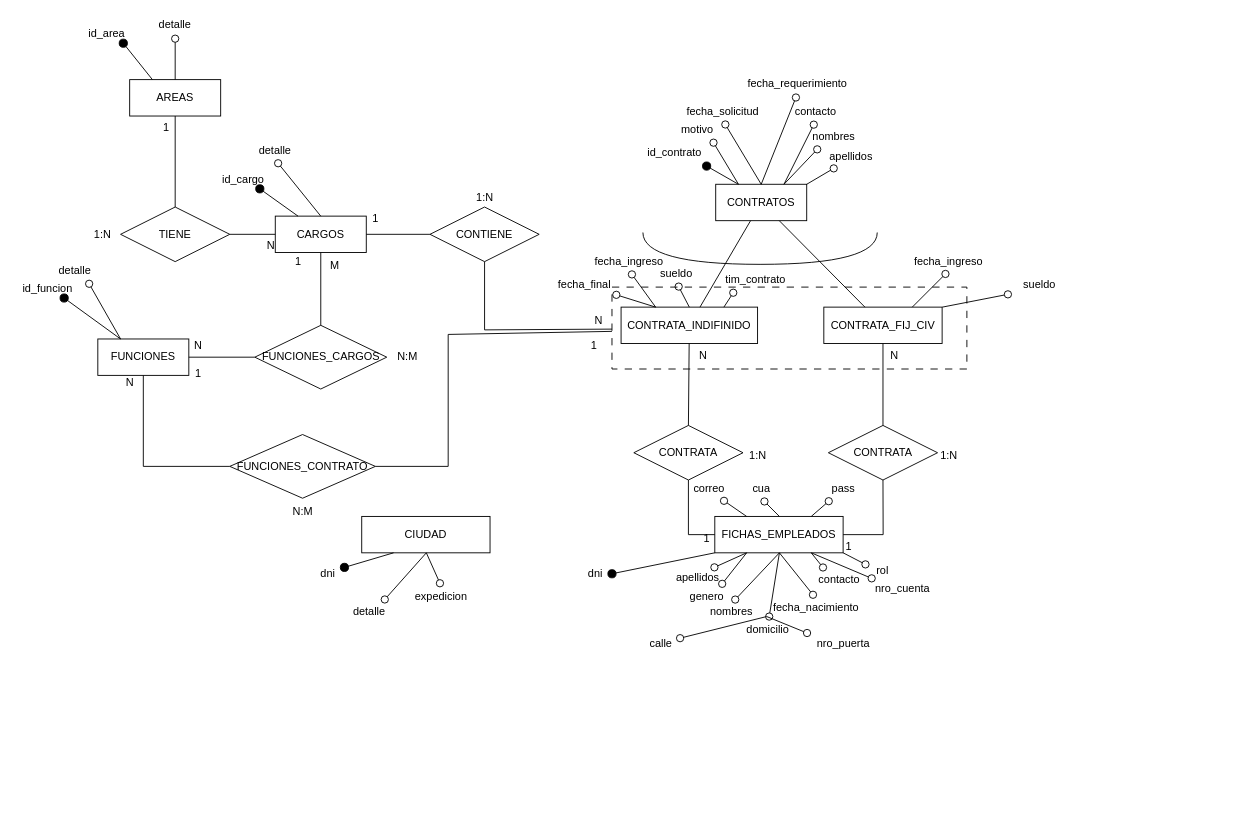
Above: Diagrama SRH.drawio in tomyivan/diagramas-DB (draw.io), before the change. Source tidied: cells renumbered, new cells numbered last; positions are measured from the earlier drawing's top-left corner, leaving out a move shared by most shapes. Both pictures are drawn from the tidied source at 91%, with x=0, y=0 at pixel (15, 15).
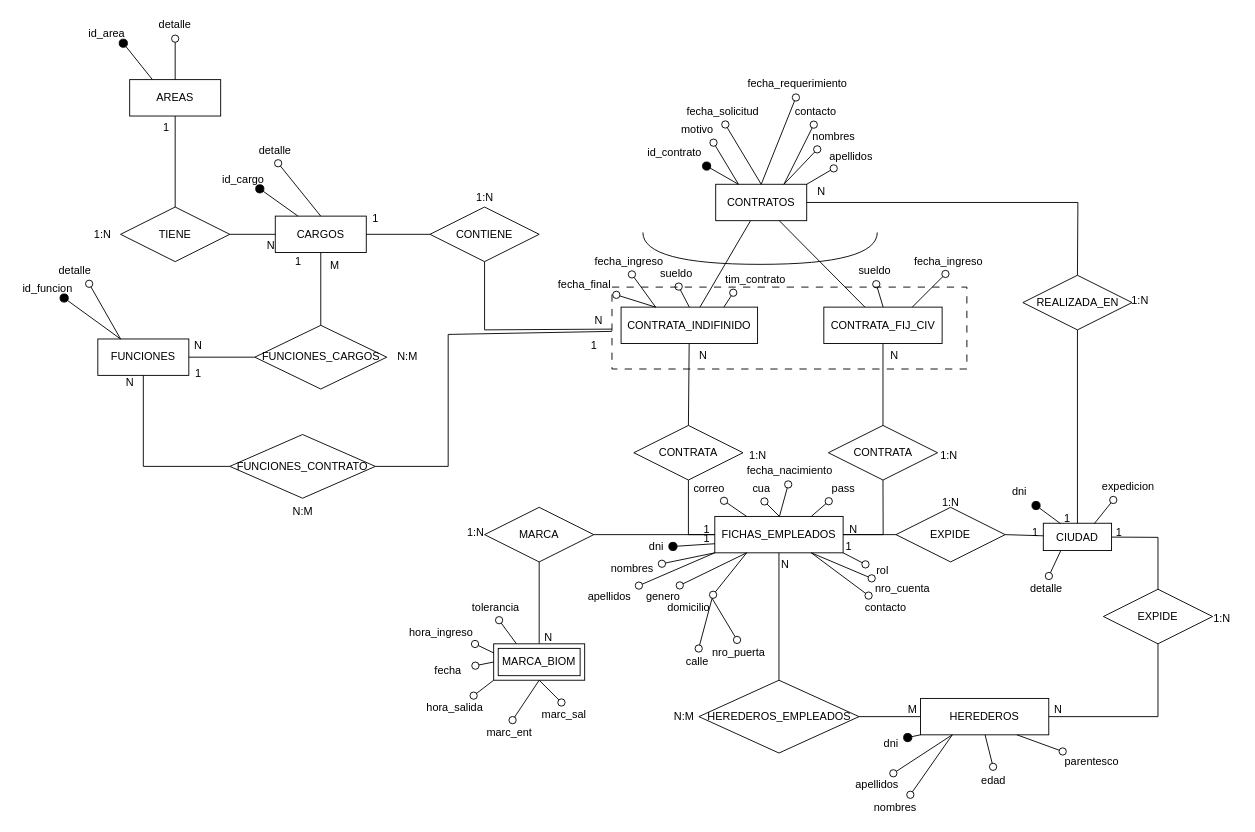
After the change.

Unchanged cells that the change refers to:
```xml
<mxCell id="2" value="CONTRATOS" style="whiteSpace=wrap;html=1;align=center;" parent="1" vertex="1">
  <mxGeometry x="769" y="185" width="100" height="40" as="geometry" />
</mxCell>
<mxCell id="76" value="FICHAS_EMPLEADOS" style="whiteSpace=wrap;html=1;align=center;" parent="1" vertex="1">
  <mxGeometry x="768" y="550" width="141" height="40" as="geometry" />
</mxCell>
```

What changed in the source:
```diff
@@
     <mxCell id="61" value="sueldo" style="whiteSpace=wrap;html=1;align=center;strokeColor=none;fillColor=none;" parent="1" vertex="1">
-      <mxGeometry x="1065" y="285" width="120" height="20" as="geometry" />
+      <mxGeometry x="883.8" y="270" width="120" height="20" as="geometry" />
     </mxCell>
@@
     <mxCell id="90" value="apellidos" style="whiteSpace=wrap;html=1;align=center;strokeColor=none;fillColor=none;" parent="1" vertex="1">
-      <mxGeometry x="721.5" y="608" width="55" height="20" as="geometry" />
+      <mxGeometry x="625" y="628" width="55" height="20" as="geometry" />
     </mxCell>
@@
     <mxCell id="92" value="nombres" style="whiteSpace=wrap;html=1;align=center;strokeColor=none;fillColor=none;" parent="1" vertex="1">
-      <mxGeometry x="759" y="645" width="55" height="20" as="geometry" />
+      <mxGeometry x="650" y="598" width="55" height="20" as="geometry" />
     </mxCell>
@@
     <mxCell id="94" value="dni" style="whiteSpace=wrap;html=1;align=center;strokeColor=none;fillColor=none;" parent="1" vertex="1">
-      <mxGeometry x="619" y="598" width="36" height="30" as="geometry" />
+      <mxGeometry x="685.5" y="568" width="36" height="30" as="geometry" />
     </mxCell>
     <mxCell id="95" value="fecha_nacimiento" style="whiteSpace=wrap;html=1;align=center;strokeColor=none;fillColor=none;" parent="1" vertex="1">
-      <mxGeometry x="831.5" y="640" width="95" height="20" as="geometry" />
+      <mxGeometry x="802.5" y="490" width="95" height="20" as="geometry" />
     </mxCell>
@@
     <mxCell id="97" value="genero" style="whiteSpace=wrap;html=1;align=center;strokeColor=none;fillColor=none;" parent="1" vertex="1">
-      <mxGeometry x="731.5" y="628" width="55" height="20" as="geometry" />
+      <mxGeometry x="684" y="628" width="55" height="20" as="geometry" />
     </mxCell>
@@
     <mxCell id="99" value="domicilio" style="whiteSpace=wrap;html=1;align=center;strokeColor=none;fillColor=none;" parent="1" vertex="1">
-      <mxGeometry x="779" y="665" width="95" height="20" as="geometry" />
+      <mxGeometry x="691.5" y="640" width="95" height="20" as="geometry" />
     </mxCell>
@@
     <mxCell id="101" style="endArrow=circle;html=1;rounded=0;strokeColor=default;shadow=0;startFill=0;fillOpacity=100;endFill=0;snapToPoint=1;fixDash=1;backgroundOutline=1;comic=0;jiggle=1;enumerate=0;orthogonal=0;strokeOpacity=100;arcSize=210;startArrow=none;strokeWidth=1;startSize=0;endSize=3;" parent="1" edge="1" target="103">
       <mxGeometry relative="1" as="geometry">
-        <mxPoint x="825" y="660" as="sourcePoint" />
+        <mxPoint x="765" y="640" as="sourcePoint" />
       </mxGeometry>
     </mxCell>
     <mxCell id="102" style="endArrow=circle;html=1;rounded=0;strokeColor=default;shadow=0;startFill=0;fillOpacity=100;endFill=0;snapToPoint=1;fixDash=1;backgroundOutline=1;comic=0;jiggle=1;enumerate=0;orthogonal=0;strokeOpacity=100;arcSize=210;startArrow=none;strokeWidth=1;startSize=0;endSize=3;" parent="1" edge="1" target="104">
       <mxGeometry relative="1" as="geometry">
-        <mxPoint x="825" y="660" as="sourcePoint" />
+        <mxPoint x="765" y="640" as="sourcePoint" />
       </mxGeometry>
     </mxCell>
     <mxCell id="103" value="calle" style="whiteSpace=wrap;html=1;align=center;strokeColor=none;fillColor=none;" parent="1" vertex="1">
-      <mxGeometry x="693" y="680" width="32" height="20" as="geometry" />
+      <mxGeometry x="733" y="700" width="32" height="20" as="geometry" />
     </mxCell>
     <mxCell id="104" value="nro_puerta" style="whiteSpace=wrap;html=1;align=center;strokeColor=none;fillColor=none;" parent="1" vertex="1">
-      <mxGeometry x="874" y="680" width="71" height="20" as="geometry" />
+      <mxGeometry x="759" y="690" width="71" height="20" as="geometry" />
     </mxCell>
     <mxCell id="105" value="contacto" style="whiteSpace=wrap;html=1;align=center;strokeColor=none;fillColor=none;" parent="1" vertex="1">
-      <mxGeometry x="874" y="610" width="62.2" height="20" as="geometry" />
+      <mxGeometry x="925" y="640" width="62.2" height="20" as="geometry" />
     </mxCell>
@@
     <mxCell id="117" value="CIUDAD" style="whiteSpace=wrap;html=1;align=center;" parent="1" vertex="1">
-      <mxGeometry x="380" y="550" width="141" height="40" as="geometry" />
+      <mxGeometry x="1129" y="557.5" width="75" height="30" as="geometry" />
     </mxCell>
@@
     <mxCell id="121" value="detalle" style="whiteSpace=wrap;html=1;align=center;strokeColor=none;fillColor=none;" parent="1" vertex="1">
-      <mxGeometry x="360.5" y="645" width="55" height="20" as="geometry" />
+      <mxGeometry x="1105" y="620" width="55" height="20" as="geometry" />
     </mxCell>
     <mxCell id="122" value="dni" style="whiteSpace=wrap;html=1;align=center;strokeColor=none;fillColor=none;" parent="1" vertex="1">
-      <mxGeometry x="325" y="598" width="36" height="30" as="geometry" />
+      <mxGeometry x="1085" y="507.5" width="36" height="30" as="geometry" />
     </mxCell>
     <mxCell id="123" value="expedicion" style="whiteSpace=wrap;html=1;align=center;strokeColor=none;fillColor=none;" parent="1" vertex="1">
-      <mxGeometry x="440" y="628" width="55" height="20" as="geometry" />
+      <mxGeometry x="1195" y="507.5" width="55" height="20" as="geometry" />
     </mxCell>
+    <mxCell id="124" value="EXPIDE" style="shape=rhombus;perimeter=rhombusPerimeter;whiteSpace=wrap;html=1;align=center;" parent="1" vertex="1">
+      <mxGeometry x="967.1" y="540" width="120" height="60" as="geometry" />
+    </mxCell>
+    <mxCell id="125" value="1" style="text;html=1;align=center;verticalAlign=middle;strokeColor=none;fillColor=none;" parent="1" vertex="1">
+      <mxGeometry x="1105" y="552.5" width="30" height="30" as="geometry" />
+    </mxCell>
+    <mxCell id="126" value="1:N" style="text;html=1;align=center;verticalAlign=middle;strokeColor=none;fillColor=none;" parent="1" vertex="1">
+      <mxGeometry x="1007.1" y="520" width="40" height="30" as="geometry" />
+    </mxCell>
+    <mxCell id="127" value="N" style="text;html=1;align=center;verticalAlign=middle;strokeColor=none;fillColor=none;" parent="1" vertex="1">
+      <mxGeometry x="905" y="550" width="30" height="30" as="geometry" />
+    </mxCell>
+    <mxCell id="128" value="REALIZADA_EN" style="shape=rhombus;perimeter=rhombusPerimeter;whiteSpace=wrap;html=1;align=center;" parent="1" vertex="1">
+      <mxGeometry x="1106.5" y="285" width="120" height="60" as="geometry" />
+    </mxCell>
+    <mxCell id="129" style="endArrow=none;html=1;rounded=0;entryX=0;entryY=0.5;entryDx=0;entryDy=0;" parent="1" edge="1" source="76" target="124">
+      <mxGeometry relative="1" as="geometry" />
+    </mxCell>
+    <mxCell id="130" style="endArrow=none;html=1;rounded=0;exitX=1;exitY=0.5;exitDx=0;exitDy=0;" parent="1" edge="1" source="124" target="117">
+      <mxGeometry relative="1" as="geometry" />
+    </mxCell>
+    <mxCell id="131" style="endArrow=none;html=1;rounded=0;entryX=0.5;entryY=0;entryDx=0;entryDy=0;" parent="1" edge="1" source="2" target="128">
+      <mxGeometry relative="1" as="geometry">
+        <Array as="points">
+          <mxPoint x="1167" y="205" />
+        </Array>
+      </mxGeometry>
+    </mxCell>
+    <mxCell id="132" style="endArrow=none;html=1;rounded=0;entryX=0.5;entryY=1;entryDx=0;entryDy=0;" parent="1" edge="1" source="117" target="128">
+      <mxGeometry relative="1" as="geometry" />
+    </mxCell>
+    <mxCell id="133" value="N" style="text;html=1;align=center;verticalAlign=middle;strokeColor=none;fillColor=none;" parent="1" vertex="1">
+      <mxGeometry x="870" y="178" width="30" height="30" as="geometry" />
+    </mxCell>
+    <mxCell id="134" value="1" style="text;html=1;align=center;verticalAlign=middle;strokeColor=none;fillColor=none;" parent="1" vertex="1">
+      <mxGeometry x="1140" y="538" width="30" height="30" as="geometry" />
+    </mxCell>
+    <mxCell id="135" value="1:N" style="text;html=1;align=center;verticalAlign=middle;strokeColor=none;fillColor=none;" parent="1" vertex="1">
+      <mxGeometry x="1215" y="298" width="40" height="30" as="geometry" />
+    </mxCell>
+    <mxCell id="136" value="HEREDEROS" style="whiteSpace=wrap;html=1;align=center;" parent="1" vertex="1">
+      <mxGeometry x="994" y="750" width="141" height="40" as="geometry" />
+    </mxCell>
+    <mxCell id="137" value="HEREDEROS_EMPLEADOS" style="shape=rhombus;perimeter=rhombusPerimeter;whiteSpace=wrap;html=1;align=center;" parent="1" vertex="1">
+      <mxGeometry x="750.5" y="730" width="176" height="80" as="geometry" />
+    </mxCell>
+    <mxCell id="138" style="endArrow=none;html=1;rounded=0;entryX=0.5;entryY=0;entryDx=0;entryDy=0;" parent="1" edge="1" source="76" target="137">
+      <mxGeometry relative="1" as="geometry" />
+    </mxCell>
+    <mxCell id="139" style="endArrow=none;html=1;rounded=0;exitX=1;exitY=0.5;exitDx=0;exitDy=0;" parent="1" edge="1" source="137" target="136">
+      <mxGeometry relative="1" as="geometry" />
+    </mxCell>
+    <mxCell id="140" value="N" style="text;html=1;align=center;verticalAlign=middle;strokeColor=none;fillColor=none;" parent="1" vertex="1">
+      <mxGeometry x="830" y="588" width="30" height="30" as="geometry" />
+    </mxCell>
+    <mxCell id="141" value="M" style="text;html=1;align=center;verticalAlign=middle;strokeColor=none;fillColor=none;" parent="1" vertex="1">
+      <mxGeometry x="970" y="748" width="30" height="30" as="geometry" />
+    </mxCell>
+    <mxCell id="142" value="N:M" style="text;html=1;align=center;verticalAlign=middle;strokeColor=none;fillColor=none;" parent="1" vertex="1">
+      <mxGeometry x="709" y="755" width="50" height="30" as="geometry" />
+    </mxCell>
+    <mxCell id="143" value="EXPIDE" style="shape=rhombus;perimeter=rhombusPerimeter;whiteSpace=wrap;html=1;align=center;" parent="1" vertex="1">
+      <mxGeometry x="1195" y="630" width="120" height="60" as="geometry" />
+    </mxCell>
+    <mxCell id="144" style="endArrow=none;html=1;rounded=0;entryX=0.5;entryY=0;entryDx=0;entryDy=0;" parent="1" edge="1" source="117" target="143">
+      <mxGeometry relative="1" as="geometry">
+        <Array as="points">
+          <mxPoint x="1255" y="573" />
+        </Array>
+      </mxGeometry>
+    </mxCell>
+    <mxCell id="145" style="endArrow=none;html=1;rounded=0;entryX=0.5;entryY=1;entryDx=0;entryDy=0;" parent="1" edge="1" source="136" target="143">
+      <mxGeometry relative="1" as="geometry">
+        <Array as="points">
+          <mxPoint x="1255" y="770" />
+        </Array>
+      </mxGeometry>
+    </mxCell>
+    <mxCell id="146" value="1" style="text;html=1;align=center;verticalAlign=middle;strokeColor=none;fillColor=none;" parent="1" vertex="1">
+      <mxGeometry x="1196.5" y="552.5" width="30" height="30" as="geometry" />
+    </mxCell>
+    <mxCell id="147" value="N" style="text;html=1;align=center;verticalAlign=middle;strokeColor=none;fillColor=none;" parent="1" vertex="1">
+      <mxGeometry x="1130" y="748" width="30" height="30" as="geometry" />
+    </mxCell>
+    <mxCell id="148" value="1:N" style="text;html=1;align=center;verticalAlign=middle;strokeColor=none;fillColor=none;" parent="1" vertex="1">
+      <mxGeometry x="1305" y="648" width="40" height="30" as="geometry" />
+    </mxCell>
+    <mxCell id="149" style="endArrow=none;html=1;rounded=0;shadow=0;startFill=1;fillOpacity=100;endFill=1;snapToPoint=1;fixDash=1;backgroundOutline=1;comic=0;jiggle=1;enumerate=0;orthogonal=0;strokeOpacity=100;arcSize=210;startArrow=oval;strokeWidth=1;startSize=9;" parent="1" edge="1" source="150" target="136">
+      <mxGeometry relative="1" as="geometry" />
+    </mxCell>
+    <mxCell id="150" value="dni" style="whiteSpace=wrap;html=1;align=center;strokeColor=none;fillColor=none;" parent="1" vertex="1">
+      <mxGeometry x="944" y="785" width="36" height="30" as="geometry" />
+    </mxCell>
+    <mxCell id="151" value="nombres" style="whiteSpace=wrap;html=1;align=center;strokeColor=none;fillColor=none;" parent="1" vertex="1">
+      <mxGeometry x="939" y="860" width="55" height="20" as="geometry" />
+    </mxCell>
+    <mxCell id="152" value="apellidos" style="whiteSpace=wrap;html=1;align=center;strokeColor=none;fillColor=none;" parent="1" vertex="1">
+      <mxGeometry x="919" y="835" width="55" height="20" as="geometry" />
+    </mxCell>
+    <mxCell id="153" style="endArrow=circle;html=1;rounded=0;strokeColor=default;shadow=0;startFill=0;fillOpacity=100;endFill=0;snapToPoint=1;fixDash=1;backgroundOutline=1;comic=0;jiggle=1;enumerate=0;orthogonal=0;strokeOpacity=100;arcSize=210;startArrow=none;strokeWidth=1;startSize=0;endSize=3;" parent="1" edge="1" source="136" target="151">
+      <mxGeometry relative="1" as="geometry" />
+    </mxCell>
+    <mxCell id="154" style="endArrow=circle;html=1;rounded=0;strokeColor=default;shadow=0;startFill=0;fillOpacity=100;endFill=0;snapToPoint=1;fixDash=1;backgroundOutline=1;comic=0;jiggle=1;enumerate=0;orthogonal=0;strokeOpacity=100;arcSize=210;startArrow=none;strokeWidth=1;startSize=0;endSize=3;" parent="1" edge="1" source="136" target="152">
+      <mxGeometry relative="1" as="geometry" />
+    </mxCell>
+    <mxCell id="155" style="endArrow=circle;html=1;rounded=0;strokeColor=default;shadow=0;startFill=0;fillOpacity=100;endFill=0;snapToPoint=1;fixDash=1;backgroundOutline=1;comic=0;jiggle=1;enumerate=0;orthogonal=0;strokeOpacity=100;arcSize=210;startArrow=none;strokeWidth=1;startSize=0;endSize=3;" parent="1" edge="1" source="136" target="156">
+      <mxGeometry relative="1" as="geometry" />
+    </mxCell>
+    <mxCell id="156" value="edad" style="whiteSpace=wrap;html=1;align=center;strokeColor=none;fillColor=none;" parent="1" vertex="1">
+      <mxGeometry x="1047.1" y="830" width="55" height="20" as="geometry" />
+    </mxCell>
+    <mxCell id="157" value="parentesco" style="whiteSpace=wrap;html=1;align=center;strokeColor=none;fillColor=none;" parent="1" vertex="1">
+      <mxGeometry x="1155" y="810" width="55" height="20" as="geometry" />
+    </mxCell>
+    <mxCell id="158" style="endArrow=circle;html=1;rounded=0;strokeColor=default;shadow=0;startFill=0;fillOpacity=100;endFill=0;snapToPoint=1;fixDash=1;backgroundOutline=1;comic=0;jiggle=1;enumerate=0;orthogonal=0;strokeOpacity=100;arcSize=210;startArrow=none;strokeWidth=1;startSize=0;endSize=3;" parent="1" edge="1" source="136" target="157">
+      <mxGeometry relative="1" as="geometry" />
+    </mxCell>
+    <mxCell id="159" value="MARCA" style="shape=rhombus;perimeter=rhombusPerimeter;whiteSpace=wrap;html=1;align=center;" parent="1" vertex="1">
+      <mxGeometry x="515" y="540" width="120" height="60" as="geometry" />
+    </mxCell>
+    <mxCell id="160" style="endArrow=none;html=1;rounded=0;exitX=1;exitY=0.5;exitDx=0;exitDy=0;" parent="1" edge="1" source="159" target="76">
+      <mxGeometry relative="1" as="geometry" />
+    </mxCell>
+    <mxCell id="161" style="endArrow=none;html=1;rounded=0;entryX=0.5;entryY=1;entryDx=0;entryDy=0;" parent="1" edge="1" source="165" target="159">
+      <mxGeometry relative="1" as="geometry" />
+    </mxCell>
+    <mxCell id="162" value="1" style="text;html=1;align=center;verticalAlign=middle;strokeColor=none;fillColor=none;" parent="1" vertex="1">
+      <mxGeometry x="744" y="550" width="30" height="30" as="geometry" />
+    </mxCell>
+    <mxCell id="163" value="1:N" style="text;html=1;align=center;verticalAlign=middle;strokeColor=none;fillColor=none;" parent="1" vertex="1">
+      <mxGeometry x="484.5" y="552.5" width="40" height="30" as="geometry" />
+    </mxCell>
+    <mxCell id="164" value="N" style="text;html=1;align=center;verticalAlign=middle;strokeColor=none;fillColor=none;" parent="1" vertex="1">
+      <mxGeometry x="570" y="668" width="30" height="30" as="geometry" />
+    </mxCell>
+    <mxCell id="165" value="MARCA_BIOM" style="shape=ext;margin=3;double=1;whiteSpace=wrap;html=1;align=center;" parent="1" vertex="1">
+      <mxGeometry x="525" y="690" width="100" height="40" as="geometry" />
+    </mxCell>
+    <mxCell id="166" value="hora_salida" style="whiteSpace=wrap;html=1;align=center;strokeColor=none;fillColor=none;" parent="1" vertex="1">
+      <mxGeometry x="450" y="750" width="65" height="20" as="geometry" />
+    </mxCell>
+    <mxCell id="167" value="hora_ingreso" style="whiteSpace=wrap;html=1;align=center;strokeColor=none;fillColor=none;" parent="1" vertex="1">
+      <mxGeometry x="435" y="668" width="65" height="20" as="geometry" />
+    </mxCell>
+    <mxCell id="168" style="endArrow=circle;html=1;rounded=0;strokeColor=default;shadow=0;startFill=0;fillOpacity=100;endFill=0;snapToPoint=1;fixDash=1;backgroundOutline=1;comic=0;jiggle=1;enumerate=0;orthogonal=0;strokeOpacity=100;arcSize=210;startArrow=none;strokeWidth=1;startSize=0;endSize=3;" parent="1" edge="1" source="165" target="167">
+      <mxGeometry relative="1" as="geometry" />
+    </mxCell>
+    <mxCell id="169" style="endArrow=circle;html=1;rounded=0;strokeColor=default;shadow=0;startFill=0;fillOpacity=100;endFill=0;snapToPoint=1;fixDash=1;backgroundOutline=1;comic=0;jiggle=1;enumerate=0;orthogonal=0;strokeOpacity=100;arcSize=210;startArrow=none;strokeWidth=1;startSize=0;endSize=3;" parent="1" edge="1" source="165" target="166">
+      <mxGeometry relative="1" as="geometry" />
+    </mxCell>
+    <mxCell id="170" value="fecha" style="whiteSpace=wrap;html=1;align=center;strokeColor=none;fillColor=none;" parent="1" vertex="1">
+      <mxGeometry x="450" y="710" width="50" height="20" as="geometry" />
+    </mxCell>
+    <mxCell id="171" style="endArrow=circle;html=1;rounded=0;strokeColor=default;shadow=0;startFill=0;fillOpacity=100;endFill=0;snapToPoint=1;fixDash=1;backgroundOutline=1;comic=0;jiggle=1;enumerate=0;orthogonal=0;strokeOpacity=100;arcSize=210;startArrow=none;strokeWidth=1;startSize=0;endSize=3;" parent="1" edge="1" source="165" target="170">
+      <mxGeometry relative="1" as="geometry" />
+    </mxCell>
+    <mxCell id="172" value="marc_ent" style="whiteSpace=wrap;html=1;align=center;strokeColor=none;fillColor=none;" parent="1" vertex="1">
+      <mxGeometry x="510" y="778" width="65" height="20" as="geometry" />
+    </mxCell>
+    <mxCell id="173" style="endArrow=circle;html=1;rounded=0;strokeColor=default;shadow=0;startFill=0;fillOpacity=100;endFill=0;snapToPoint=1;fixDash=1;backgroundOutline=1;comic=0;jiggle=1;enumerate=0;orthogonal=0;strokeOpacity=100;arcSize=210;startArrow=none;strokeWidth=1;startSize=0;endSize=3;" parent="1" edge="1" source="165" target="172">
+      <mxGeometry relative="1" as="geometry" />
+    </mxCell>
+    <mxCell id="174" value="marc_sal" style="whiteSpace=wrap;html=1;align=center;strokeColor=none;fillColor=none;" parent="1" vertex="1">
+      <mxGeometry x="570" y="758" width="65" height="20" as="geometry" />
+    </mxCell>
+    <mxCell id="175" style="endArrow=circle;html=1;rounded=0;strokeColor=default;shadow=0;startFill=0;fillOpacity=100;endFill=0;snapToPoint=1;fixDash=1;backgroundOutline=1;comic=0;jiggle=1;enumerate=0;orthogonal=0;strokeOpacity=100;arcSize=210;startArrow=none;strokeWidth=1;startSize=0;endSize=3;" parent="1" edge="1" source="165" target="174">
+      <mxGeometry relative="1" as="geometry" />
+    </mxCell>
+    <mxCell id="176" value="tolerancia" style="whiteSpace=wrap;html=1;align=center;strokeColor=none;fillColor=none;" parent="1" vertex="1">
+      <mxGeometry x="495" y="640" width="65" height="20" as="geometry" />
+    </mxCell>
+    <mxCell id="177" style="endArrow=circle;html=1;rounded=0;strokeColor=default;shadow=0;startFill=0;fillOpacity=100;endFill=0;snapToPoint=1;fixDash=1;backgroundOutline=1;comic=0;jiggle=1;enumerate=0;orthogonal=0;strokeOpacity=100;arcSize=210;startArrow=none;strokeWidth=1;startSize=0;endSize=3;" parent="1" edge="1" source="165" target="176">
+      <mxGeometry relative="1" as="geometry" />
+    </mxCell>
```
